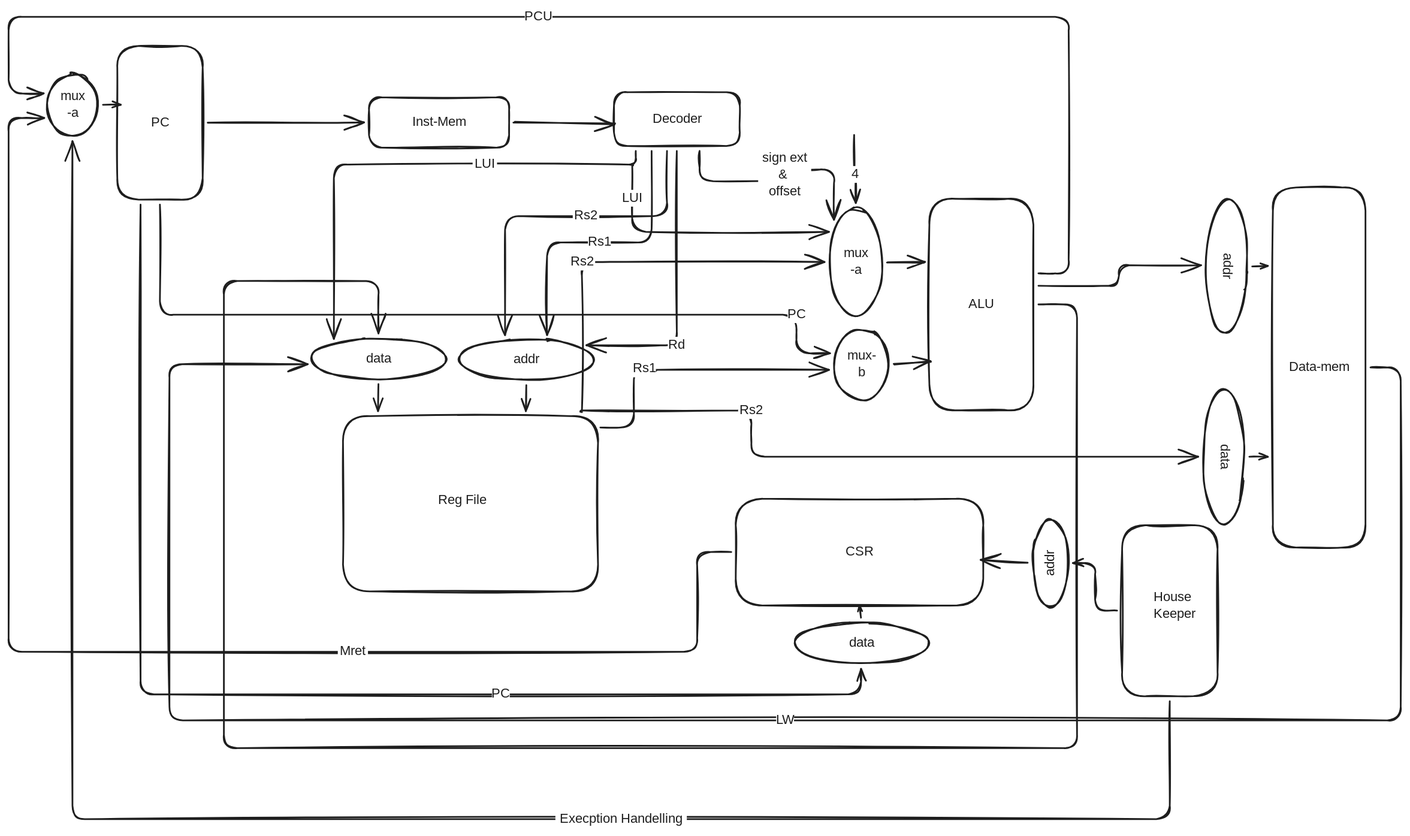
Before: img/Overview.svg, a diagram exported from Excalidraw (thatdanish/RippleV). Source tidied: one line per element, renumbered; positions are measured from the earlier drawing's top-left corner, leaving out a move shared by most shapes.
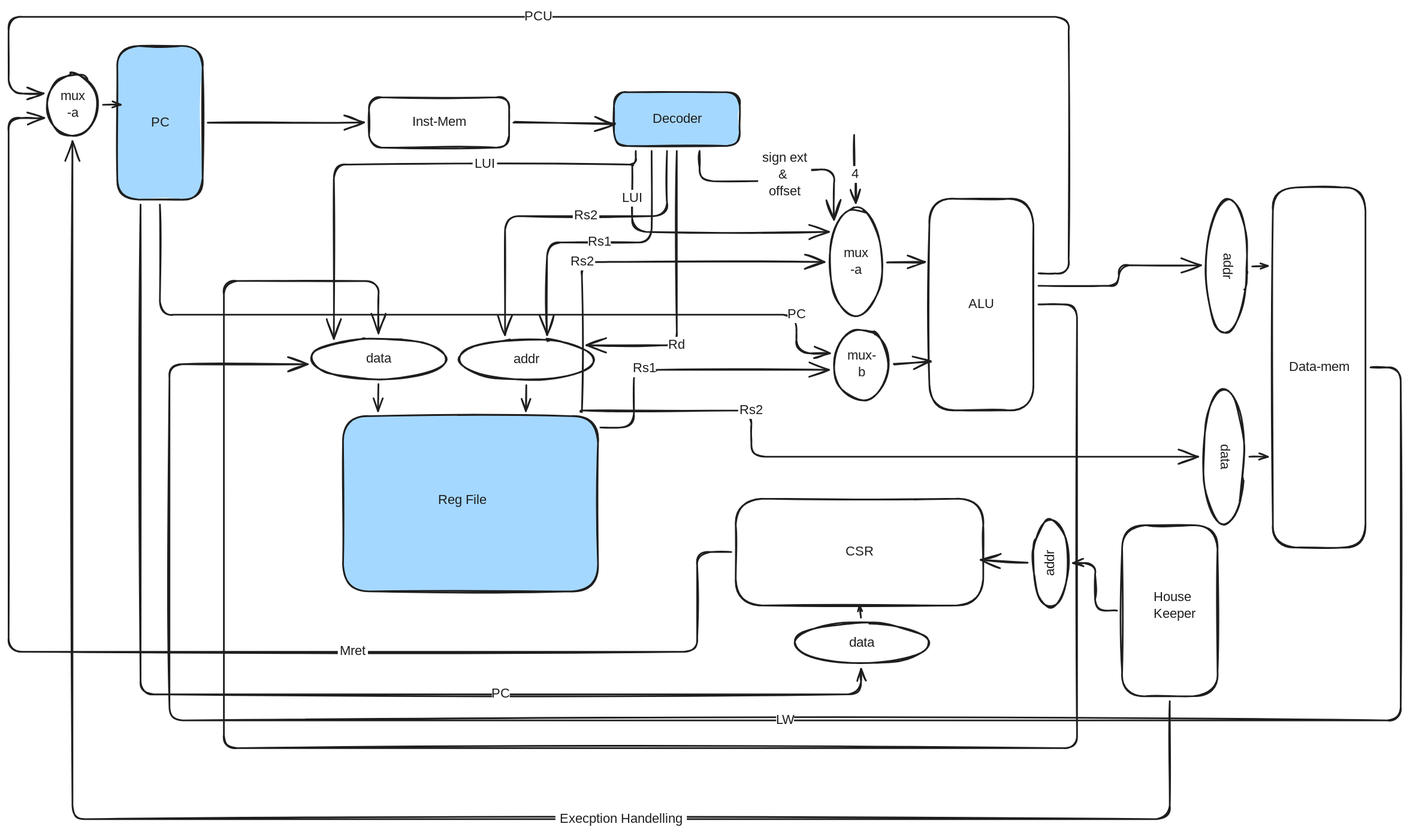
The same diagram one commit later.

Diff of the diagram source:
```diff
@@ -1,6 +1,6 @@
 {"id": 0, "type": "rectangle", "strokeColor": "#1e1e1e", "strokeWidth": 2, "roughness": 1, "round": true, "x": 430, "y": 112, "width": 167, "height": 60}
 {"id": 1, "type": "text", "text": "Inst-Mem", "strokeColor": "#1e1e1e", "strokeWidth": 2, "roughness": 1, "fontSize": 16, "fontFamily": 5, "textAlign": "center", "verticalAlign": "middle", "inside": 0, "x": 477, "y": 132, "width": 73, "height": 20}
-{"id": 2, "type": "rectangle", "strokeColor": "#1e1e1e", "strokeWidth": 2, "roughness": 1, "round": true, "x": 722, "y": 106, "width": 150, "height": 64}
+{"id": 2, "type": "rectangle", "strokeColor": "#1e1e1e", "backgroundColor": "#a5d8ff", "fillStyle": "solid", "strokeWidth": 2, "roughness": 1, "round": true, "x": 722, "y": 106, "width": 150, "height": 64}
 {"id": 3, "type": "text", "text": "Decoder", "strokeColor": "#1e1e1e", "strokeWidth": 2, "roughness": 1, "fontSize": 16, "fontFamily": 5, "textAlign": "center", "verticalAlign": "middle", "inside": 2, "x": 765, "y": 128, "width": 64, "height": 20}
 {"id": 4, "type": "arrow", "strokeColor": "#1e1e1e", "strokeWidth": 2, "roughness": 1, "endArrowhead": "arrow", "round": true, "from": 0, "to": 2, "x": 603, "y": 142, "width": 120, "height": 2, "points": [[0, 0], [120, 2]]}
 {"id": 5, "type": "rectangle", "strokeColor": "#1e1e1e", "strokeWidth": 2, "roughness": 1, "round": true, "x": 1098, "y": 233, "width": 124, "height": 252}
@@ -11,7 +11,7 @@
 {"id": 10, "type": "text", "text": "mux-\nb", "strokeColor": "#1e1e1e", "strokeWidth": 2, "roughness": 1, "fontSize": 16, "fontFamily": 5, "textAlign": "center", "verticalAlign": "middle", "inside": 9, "x": 999, "y": 411, "width": 35, "height": 40}
 {"id": 11, "type": "arrow", "strokeColor": "#1e1e1e", "strokeWidth": 2, "roughness": 1, "endArrowhead": "arrow", "round": true, "from": 7, "to": 5, "x": 1047, "y": 309, "width": 44, "height": 0, "points": [[0, 0], [44, 0]]}
 {"id": 12, "type": "arrow", "strokeColor": "#1e1e1e", "strokeWidth": 2, "roughness": 1, "endArrowhead": "arrow", "round": true, "from": 9, "to": 5, "x": 1056, "y": 430, "width": 44, "height": 3, "points": [[0, 0], [44, -3]]}
-{"id": 13, "type": "rectangle", "strokeColor": "#1e1e1e", "strokeWidth": 2, "roughness": 1, "round": true, "x": 399, "y": 492, "width": 304, "height": 209}
+{"id": 13, "type": "rectangle", "strokeColor": "#1e1e1e", "backgroundColor": "#a5d8ff", "fillStyle": "solid", "strokeWidth": 2, "roughness": 1, "round": true, "x": 399, "y": 492, "width": 304, "height": 209}
 {"id": 14, "type": "text", "text": "Reg File", "strokeColor": "#1e1e1e", "strokeWidth": 2, "roughness": 1, "fontSize": 16, "fontFamily": 5, "x": 512, "y": 583, "width": 62, "height": 20}
 {"id": 15, "type": "arrow", "strokeColor": "#1e1e1e", "strokeWidth": 2, "roughness": 1, "endArrowhead": "arrow", "from": 5, "to": 16, "x": 1228, "y": 359, "width": 1017, "height": 557, "points": [[0, 0], [46, 0], [46, 529], [-971, 529], [-971, -28], [-787, -28], [-787, 34]]}
 {"id": 16, "type": "ellipse", "strokeColor": "#1e1e1e", "strokeWidth": 2, "roughness": 1, "round": true, "x": 361, "y": 400, "width": 161, "height": 49}
@@ -24,7 +24,7 @@
 {"id": 23, "type": "arrow", "strokeColor": "#1e1e1e", "strokeWidth": 2, "roughness": 1, "endArrowhead": "arrow", "from": 19, "to": 13, "x": 617, "y": 455, "width": 1, "height": 31, "points": [[0, 0], [-1, 31]]}
 {"id": 24, "type": "arrow", "strokeColor": "#1e1e1e", "strokeWidth": 2, "roughness": 1, "endArrowhead": "arrow", "from": 2, "to": 16, "x": 748, "y": 176, "width": 360, "height": 224, "points": [[0, 0], [0, 16], [-360, 16], [-360, 224]]}
 {"id": 25, "type": "text", "text": "LUI", "strokeColor": "#1e1e1e", "strokeWidth": 2, "roughness": 1, "fontSize": 16, "fontFamily": 5, "textAlign": "center", "verticalAlign": "middle", "inside": 24, "x": 553, "y": 182, "width": 29, "height": 20}
-{"id": 26, "type": "rectangle", "strokeColor": "#1e1e1e", "strokeWidth": 2, "roughness": 1, "round": true, "x": 130, "y": 51, "width": 102, "height": 183}
+{"id": 26, "type": "rectangle", "strokeColor": "#1e1e1e", "backgroundColor": "#a5d8ff", "fillStyle": "solid", "strokeWidth": 2, "roughness": 1, "round": true, "x": 130, "y": 51, "width": 102, "height": 183}
 {"id": 27, "type": "text", "text": "PC", "strokeColor": "#1e1e1e", "strokeWidth": 2, "roughness": 1, "fontSize": 16, "fontFamily": 5, "textAlign": "center", "verticalAlign": "middle", "inside": 26, "x": 170, "y": 133, "width": 21, "height": 20}
 {"id": 28, "type": "arrow", "strokeColor": "#1e1e1e", "strokeWidth": 2, "roughness": 1, "endArrowhead": "arrow", "from": 26, "to": 0, "x": 237, "y": 142, "width": 186, "height": 0, "points": [[0, 0], [186, 0]]}
 {"id": 29, "type": "arrow", "strokeColor": "#1e1e1e", "strokeWidth": 2, "roughness": 1, "endArrowhead": "arrow", "to": 7, "x": 741, "y": 192, "width": 237, "height": 80, "points": [[0, 0], [2, 0], [2, 80], [237, 80]]}
```
